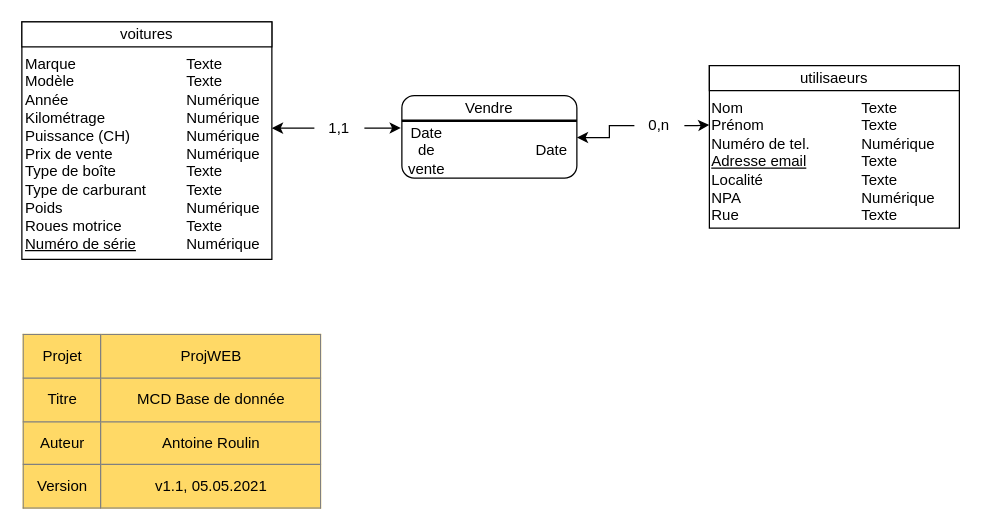
This is doc/MCD/MCD_ProjWEB_CLASSICCAR_ARN-NED.drawio from NicolasGlassey/PROJWEB-INFOWEB, a draw.io file, before an edit. Source tidied: cells renumbered, new cells numbered last; positions are measured from the earlier drawing's top-left corner, leaving out a move shared by most shapes. Both pictures are drawn from the tidied source at 125%, with x=0, y=0 at pixel (21, 21).
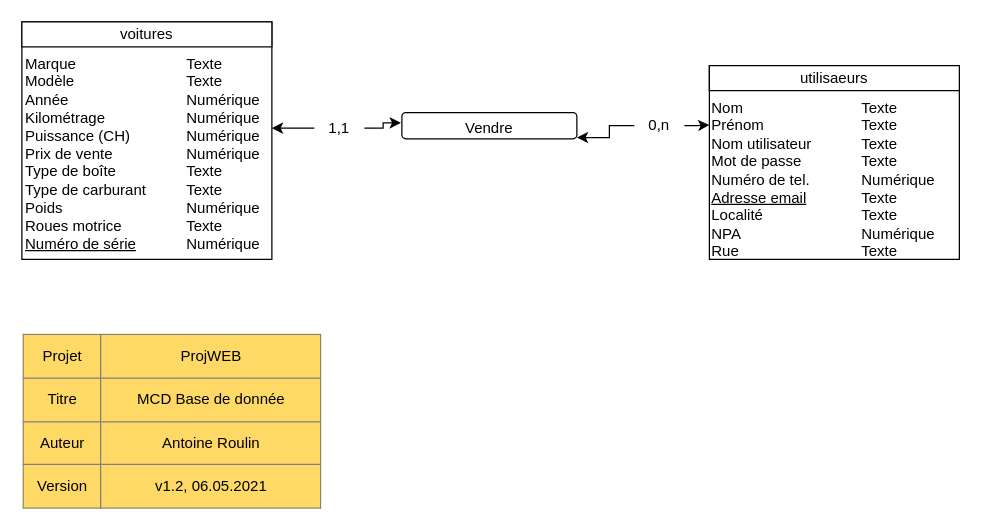
After the change.

Commit message (it also covers changes not shown here):
Modification du MLD, MCD et le script sans donnée

The change refers to these unchanged cells:
```xml
<mxCell id="19" value="0,n" style="text;html=1;strokeColor=none;fillColor=none;align=center;verticalAlign=middle;whiteSpace=wrap;rounded=0;" parent="1" vertex="1">
  <mxGeometry x="490" y="70.5" width="40" height="25" as="geometry" />
</mxCell>
```

The edit, as a diff of the source:
```diff
@@
     <mxCell id="6" value="&lt;div style=&quot;box-sizing: border-box ; width: 100% ; padding: 2px&quot;&gt;&lt;br&gt;&lt;/div&gt;" style="verticalAlign=top;align=center;overflow=fill;html=1;rounded=0;shadow=0;comic=0;labelBackgroundColor=none;strokeColor=#000000;strokeWidth=1;fillColor=#ffffff;fontFamily=Verdana;fontSize=12;fontColor=#000000;" parent="1" vertex="1">
-      <mxGeometry x="550" y="35" width="200" height="130" as="geometry" />
+      <mxGeometry x="550" y="35" width="200" height="155" as="geometry" />
     </mxCell>
@@
-    <mxCell id="8" value="Nom&lt;br&gt;Prénom&lt;br&gt;Numéro de tel.&lt;br&gt;&lt;u&gt;Adresse email&lt;/u&gt;&lt;br&gt;Localité&lt;br&gt;NPA&lt;br&gt;Rue" style="text;html=1;strokeColor=none;fillColor=none;align=left;verticalAlign=top;whiteSpace=wrap;rounded=0;" parent="1" vertex="1">
+    <mxCell id="8" value="Nom&lt;br&gt;Prénom&lt;br&gt;Nom utilisateur&lt;br&gt;Mot de passe&lt;br&gt;Numéro de tel.&lt;br&gt;&lt;u&gt;Adresse email&lt;/u&gt;&lt;br&gt;Localité&lt;br&gt;NPA&lt;br&gt;Rue" style="text;html=1;strokeColor=none;fillColor=none;align=left;verticalAlign=top;whiteSpace=wrap;rounded=0;" parent="1" vertex="1">
       <mxGeometry x="550" y="55" width="100" height="110" as="geometry" />
     </mxCell>
-    <mxCell id="9" value="Texte&lt;br&gt;Texte&lt;br&gt;Numérique&lt;br&gt;Texte&lt;br&gt;Texte&lt;br&gt;Numérique&lt;br&gt;Texte" style="text;html=1;strokeColor=none;fillColor=none;align=left;verticalAlign=top;whiteSpace=wrap;rounded=0;" parent="1" vertex="1">
+    <mxCell id="9" value="Texte&lt;br&gt;Texte&lt;br&gt;Texte&lt;br&gt;Texte&lt;br&gt;Numérique&lt;br&gt;Texte&lt;br&gt;Texte&lt;br&gt;Numérique&lt;br&gt;Texte" style="text;html=1;strokeColor=none;fillColor=none;align=left;verticalAlign=top;whiteSpace=wrap;rounded=0;" parent="1" vertex="1">
       <mxGeometry x="670" y="55" width="80" height="110" as="geometry" />
     </mxCell>
     <mxCell id="10" style="rounded=1;whiteSpace=wrap;html=1;" parent="1" vertex="1">
-      <mxGeometry x="304" y="59" width="140" height="66" as="geometry" />
+      <mxGeometry x="304" y="72.5" width="140" height="21" as="geometry" />
     </mxCell>
     <mxCell id="11" value="Vendre" style="text;html=1;strokeColor=none;fillColor=none;align=center;verticalAlign=middle;whiteSpace=wrap;rounded=0;" parent="1" vertex="1">
-      <mxGeometry x="314" y="59" width="120" height="20" as="geometry" />
+      <mxGeometry x="314" y="74.5" width="120" height="20" as="geometry" />
     </mxCell>
-    <mxCell id="12" value="&lt;table border=&quot;1&quot; width=&quot;100%&quot; style=&quot;width: 100% ; height: 100% ; border-collapse: collapse&quot;&gt;&lt;tbody&gt;&lt;tr&gt;&lt;td align=&quot;center&quot;&gt;Projet&lt;/td&gt;&lt;td align=&quot;center&quot;&gt;ProjWEB&lt;/td&gt;&lt;/tr&gt;&lt;tr&gt;&lt;td align=&quot;center&quot;&gt;Titre&lt;/td&gt;&lt;td align=&quot;center&quot;&gt;MCD Base de donnée&lt;/td&gt;&lt;/tr&gt;&lt;tr&gt;&lt;td align=&quot;center&quot;&gt;Auteur&lt;/td&gt;&lt;td align=&quot;center&quot;&gt;Antoine Roulin&lt;/td&gt;&lt;/tr&gt;&lt;tr&gt;&lt;td style=&quot;text-align: center&quot;&gt;Version&lt;/td&gt;&lt;td style=&quot;text-align: center&quot;&gt;v1.1, 05.05.2021&lt;/td&gt;&lt;/tr&gt;&lt;/tbody&gt;&lt;/table&gt;" style="text;html=1;overflow=fill;labelBackgroundColor=#FFD966;" parent="1" vertex="1">
+    <mxCell id="12" value="&lt;table border=&quot;1&quot; width=&quot;100%&quot; style=&quot;width: 100% ; height: 100% ; border-collapse: collapse&quot;&gt;&lt;tbody&gt;&lt;tr&gt;&lt;td align=&quot;center&quot;&gt;Projet&lt;/td&gt;&lt;td align=&quot;center&quot;&gt;ProjWEB&lt;/td&gt;&lt;/tr&gt;&lt;tr&gt;&lt;td align=&quot;center&quot;&gt;Titre&lt;/td&gt;&lt;td align=&quot;center&quot;&gt;MCD Base de donnée&lt;/td&gt;&lt;/tr&gt;&lt;tr&gt;&lt;td align=&quot;center&quot;&gt;Auteur&lt;/td&gt;&lt;td align=&quot;center&quot;&gt;Antoine Roulin&lt;/td&gt;&lt;/tr&gt;&lt;tr&gt;&lt;td style=&quot;text-align: center&quot;&gt;Version&lt;/td&gt;&lt;td style=&quot;text-align: center&quot;&gt;v1.2, 06.05.2021&lt;/td&gt;&lt;/tr&gt;&lt;/tbody&gt;&lt;/table&gt;" style="text;html=1;overflow=fill;labelBackgroundColor=#FFD966;" parent="1" vertex="1">
       <mxGeometry x="1" y="250" width="239" height="140" as="geometry" />
     </mxCell>
@@
-    <mxCell id="15" style="line;strokeWidth=2;html=1;" parent="1" vertex="1">
-      <mxGeometry x="304" y="74" width="140" height="10" as="geometry" />
-    </mxCell>
@@
-    <mxCell id="17" value="Date de vente" style="text;html=1;strokeColor=none;fillColor=none;align=center;verticalAlign=middle;whiteSpace=wrap;rounded=0;" parent="1" vertex="1">
-      <mxGeometry x="304" y="92.5" width="40" height="20" as="geometry" />
-    </mxCell>
-    <mxCell id="18" value="Date" style="text;html=1;strokeColor=none;fillColor=none;align=center;verticalAlign=middle;whiteSpace=wrap;rounded=0;" parent="1" vertex="1">
-      <mxGeometry x="404" y="92.5" width="40" height="20" as="geometry" />
-    </mxCell>
@@
-    <mxCell id="21" style="endArrow=classic;html=1;rounded=0;edgeStyle=orthogonalEdgeStyle;exitX=0;exitY=0.5;exitDx=0;exitDy=0;entryX=1;entryY=0;entryDx=0;entryDy=0;" parent="1" edge="1" source="19" target="18">
+    <mxCell id="21" style="endArrow=classic;html=1;rounded=0;edgeStyle=orthogonalEdgeStyle;exitX=0;exitY=0.5;exitDx=0;exitDy=0;entryX=1;entryY=0;entryDx=0;entryDy=0;" parent="1" edge="1" source="19">
       <mxGeometry relative="1" as="geometry">
+        <mxPoint x="444" y="92.5" as="targetPoint" />
         <Array as="points">
           <mxPoint x="490" y="83" />
           <mxPoint x="470" y="83" />
           <mxPoint x="470" y="93" />
         </Array>
       </mxGeometry>
     </mxCell>
```
